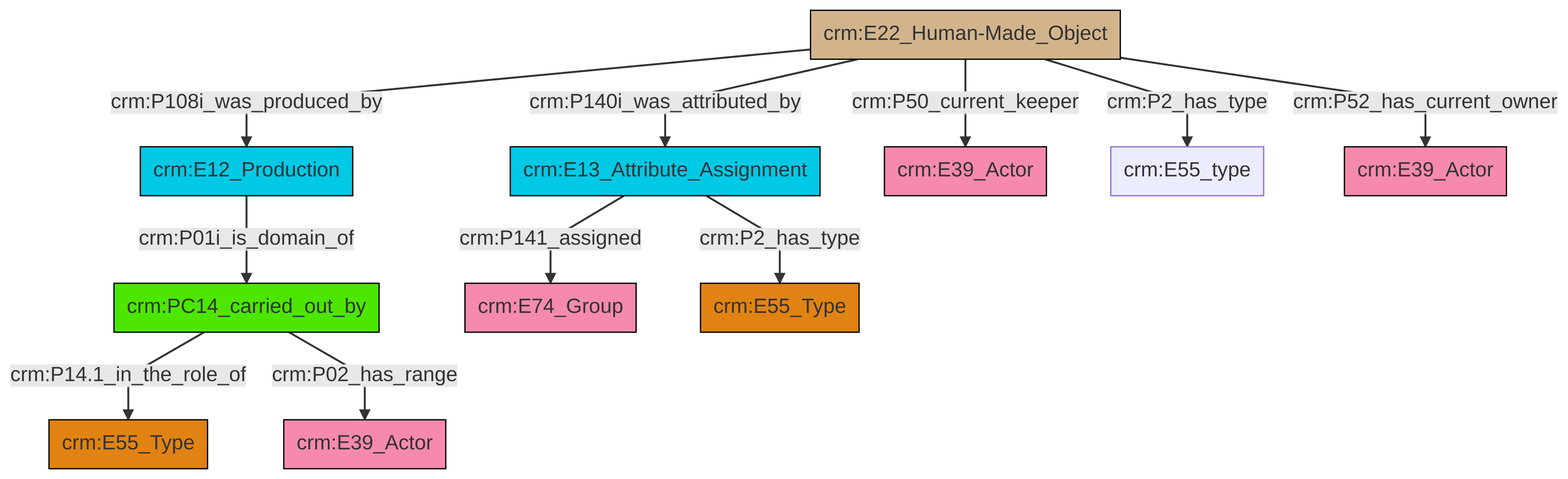
swiss-art-research-net/docs.swissartresearch keeps this Mermaid diagram as et/artworkCSV/ttl/mmd/png/Artwork_Actor_Relations.png. Above is the earlier version. Its source is kept beside it as et/artworkCSV/ttl/mmd/Artwork_Actor_Relations.ttl.mmd.
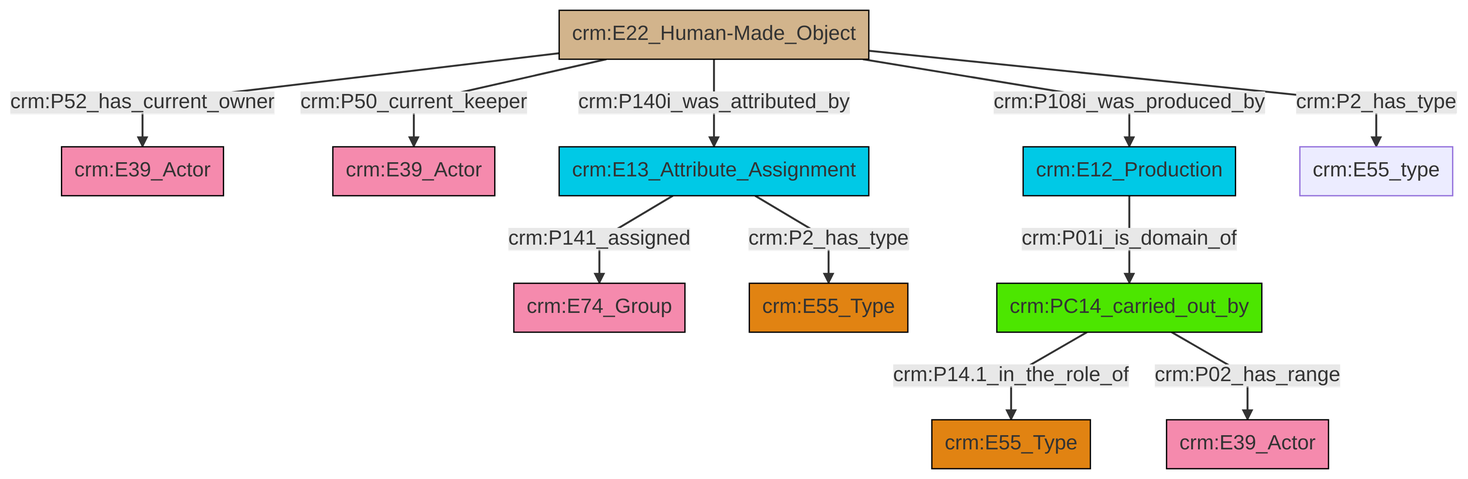
Later version of the same file.

Diff of the diagram source:
```diff
@@ -13,13 +13,13 @@
 classDef PC_Classes fill:#4ce600, stroke:#000000;
 classDef Multi fill:#cccccc,stroke:#000000;
 
-0["crm:PC14_carried_out_by"]:::PC_Classes -->|crm:P14.1_in_the_role_of| 1["crm:E55_Type"]:::Type
-2["crm:E13_Attribute_Assignment"]:::Temporal_Entity -->|crm:P141_assigned| 3["crm:E74_Group"]:::Actor
-6["crm:E22_Human-Made_Object"]:::Physical_Thing -->|crm:P108i_was_produced_by| 7["crm:E12_Production"]:::Temporal_Entity
-0["crm:PC14_carried_out_by"]:::PC_Classes -->|crm:P02_has_range| 8["crm:E39_Actor"]:::Actor
+0["crm:E22_Human-Made_Object"]:::Physical_Thing -->|crm:P52_has_current_owner| 1["crm:E39_Actor"]:::Actor
+6["crm:E12_Production"]:::Temporal_Entity -->|crm:P01i_is_domain_of| 7["crm:PC14_carried_out_by"]:::PC_Classes
+2["crm:E13_Attribute_Assignment"]:::Temporal_Entity -->|crm:P141_assigned| 9["crm:E74_Group"]:::Actor
+7["crm:PC14_carried_out_by"]:::PC_Classes -->|crm:P14.1_in_the_role_of| 10["crm:E55_Type"]:::Type
+0["crm:E22_Human-Made_Object"]:::Physical_Thing -->|crm:P50_current_keeper| 16["crm:E39_Actor"]:::Actor
+7["crm:PC14_carried_out_by"]:::PC_Classes -->|crm:P02_has_range| 14["crm:E39_Actor"]:::Actor
+0["crm:E22_Human-Made_Object"]:::Physical_Thing -->|crm:P140i_was_attributed_by| 2["crm:E13_Attribute_Assignment"]:::Temporal_Entity
 2["crm:E13_Attribute_Assignment"]:::Temporal_Entity -->|crm:P2_has_type| 4["crm:E55_Type"]:::Type
-6["crm:E22_Human-Made_Object"]:::Physical_Thing -->|crm:P2_has_type| 13["crm:E55_type"]:::Default
-6["crm:E22_Human-Made_Object"]:::Physical_Thing -->|crm:P52_has_current_owner| 18["crm:E39_Actor"]:::Actor
-6["crm:E22_Human-Made_Object"]:::Physical_Thing -->|crm:P50_current_keeper| 9["crm:E39_Actor"]:::Actor
-7["crm:E12_Production"]:::Temporal_Entity -->|crm:P01i_is_domain_of| 0["crm:PC14_carried_out_by"]:::PC_Classes
-6["crm:E22_Human-Made_Object"]:::Physical_Thing -->|crm:P140i_was_attributed_by| 2["crm:E13_Attribute_Assignment"]:::Temporal_Entity
+0["crm:E22_Human-Made_Object"]:::Physical_Thing -->|crm:P108i_was_produced_by| 6["crm:E12_Production"]:::Temporal_Entity
+0["crm:E22_Human-Made_Object"]:::Physical_Thing -->|crm:P2_has_type| 17["crm:E55_type"]:::Default
```
